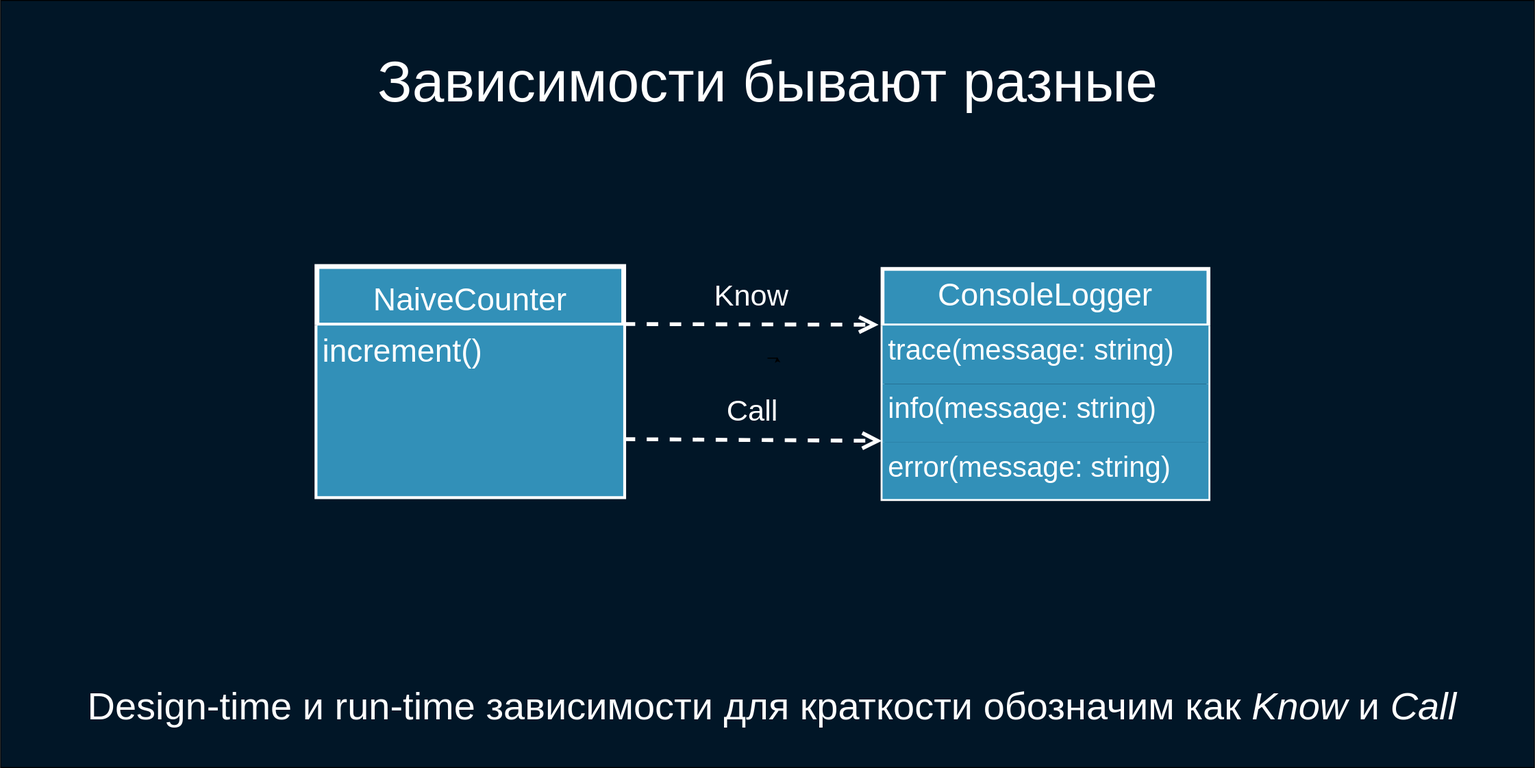
Earlier version of the draw.io export deck/ru/diagrams/naive3.svg (softspiders/dip-in-ca-deck). Source tidied: cells renumbered, new cells last; positions are measured from the earlier drawing's top-left corner, leaving out a move shared by most shapes.
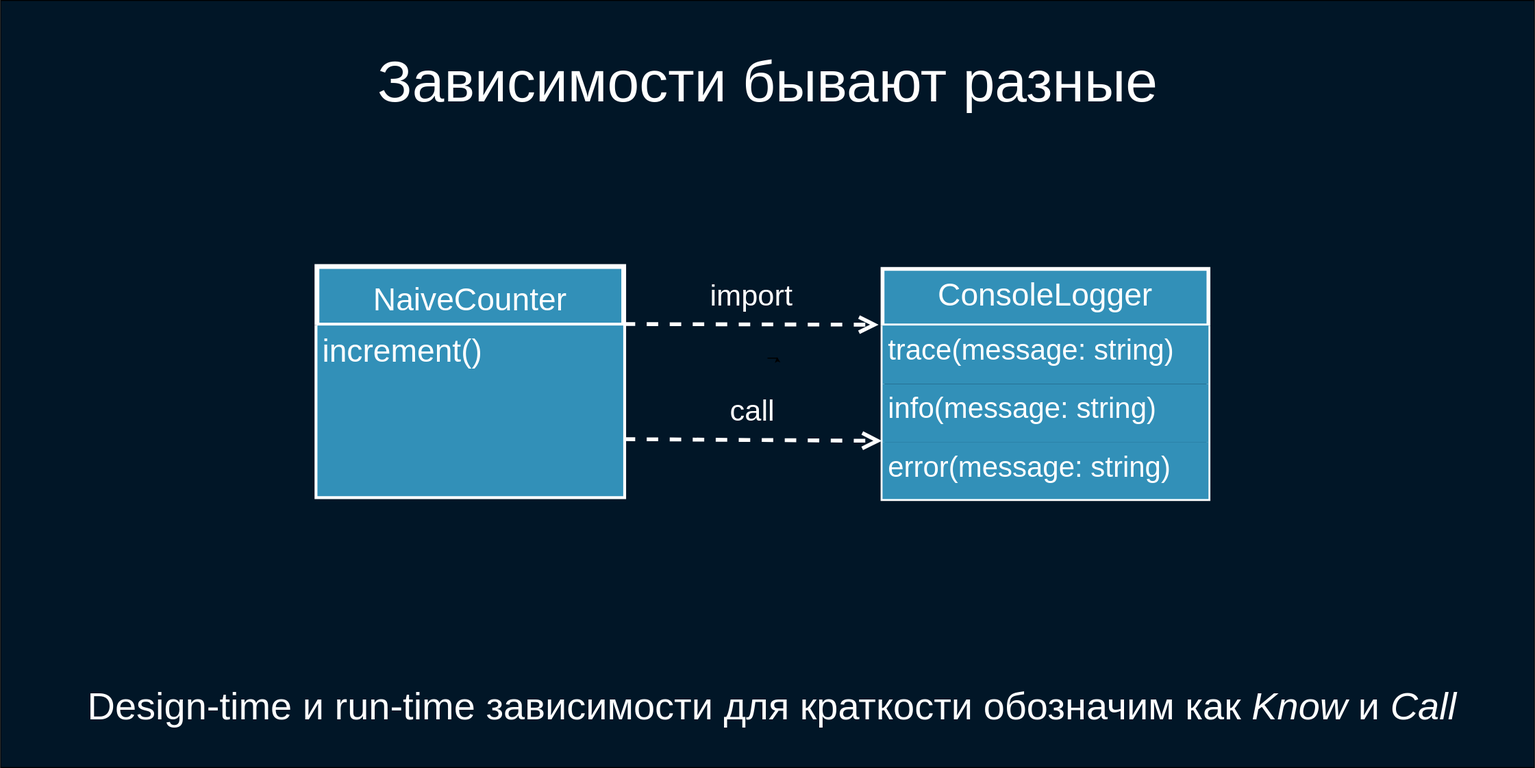
The same file after the commit.

The edit, as a diff of the source:
```diff
@@ -5,7 +5,7 @@
     <mxCell id="2" style="rounded=0;whiteSpace=wrap;html=1;fillColor=#011627;fontSize=30;fontColor=#FFFFFF;strokeColor=#000000;" parent="1" vertex="1">
       <mxGeometry width="1600" height="800" as="geometry" />
     </mxCell>
-    <mxCell id="3" value="Know" style="endArrow=open;endSize=12;dashed=1;html=1;fontSize=31;fontColor=#FFFFFF;strokeColor=#FFFFFF;entryX=-0.012;entryY=-0.014;entryDx=0;entryDy=0;strokeWidth=4;labelBackgroundColor=none;rounded=0;exitX=1;exitY=0.25;exitDx=0;exitDy=0;entryPerimeter=0;" parent="1" edge="1" source="4" target="11">
+    <mxCell id="3" value="import" style="endArrow=open;endSize=12;dashed=1;html=1;fontSize=31;fontColor=#FFFFFF;strokeColor=#FFFFFF;entryX=-0.012;entryY=-0.014;entryDx=0;entryDy=0;strokeWidth=4;labelBackgroundColor=none;rounded=0;exitX=1;exitY=0.25;exitDx=0;exitDy=0;entryPerimeter=0;" parent="1" edge="1" source="4" target="11">
       <mxGeometry y="30" relative="1" as="geometry" />
     </mxCell>
     <mxCell id="4" value="NaiveCounter" style="swimlane;fontStyle=0;horizontal=1;startSize=61;fillColor=#3290B8;strokeColor=#FFFFFF;strokeWidth=5;fontSize=33;fontColor=#FFFFFF;" parent="1" vertex="1">
@@ -23,7 +23,7 @@
     <mxCell id="7" value="Зависимости бывают разные" style="text;html=1;strokeColor=none;fillColor=none;align=center;verticalAlign=middle;whiteSpace=wrap;rounded=0;fontSize=60;fontColor=#FFFFFF;" parent="1" vertex="1">
       <mxGeometry x="353.8" y="50" width="892.5" height="70" as="geometry" />
     </mxCell>
-    <mxCell id="8" value="Call" style="endArrow=open;endSize=12;dashed=1;html=1;fontSize=31;fontColor=#FFFFFF;strokeColor=#FFFFFF;entryX=-0.002;entryY=0.972;entryDx=0;entryDy=0;strokeWidth=4;labelBackgroundColor=none;rounded=0;exitX=1;exitY=0.75;exitDx=0;exitDy=0;entryPerimeter=0;" parent="1" edge="1" source="4" target="12">
+    <mxCell id="8" value="call" style="endArrow=open;endSize=12;dashed=1;html=1;fontSize=31;fontColor=#FFFFFF;strokeColor=#FFFFFF;entryX=-0.002;entryY=0.972;entryDx=0;entryDy=0;strokeWidth=4;labelBackgroundColor=none;rounded=0;exitX=1;exitY=0.75;exitDx=0;exitDy=0;entryPerimeter=0;" parent="1" edge="1" source="4" target="12">
       <mxGeometry y="30" relative="1" as="geometry" />
     </mxCell>
     <mxCell id="9" value="Design-time и run-time зависимости для краткости обозначим как &lt;i&gt;Know&lt;/i&gt; и &lt;i&gt;Call&lt;/i&gt;" style="text;html=1;strokeColor=none;fillColor=none;align=center;verticalAlign=middle;whiteSpace=wrap;rounded=0;fontSize=40;fontColor=#FFFFFF;" parent="1" vertex="1">
```
